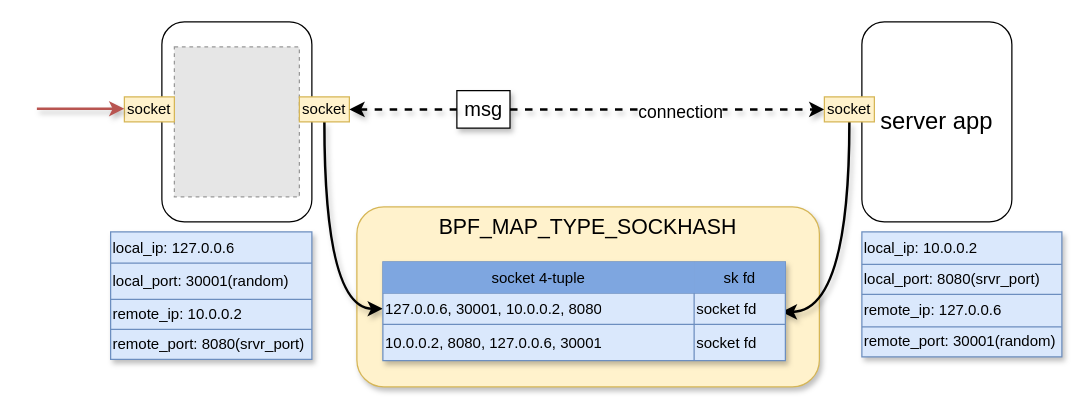
Above: istio_dataflow/ingress_egress_envoy_to_envoy/Ingress_acceleration.drawio in LuyaoZhong/Documents (draw.io), before the change. Source tidied: cells renumbered, new cells numbered last; positions are measured from the earlier drawing's top-left corner, leaving out a move shared by most shapes. Both pictures are drawn from the tidied source at 125%, with x=0, y=0 at pixel (36, 21). Pictures stored in the file or linked from it are replaced by grey dashed boxes.
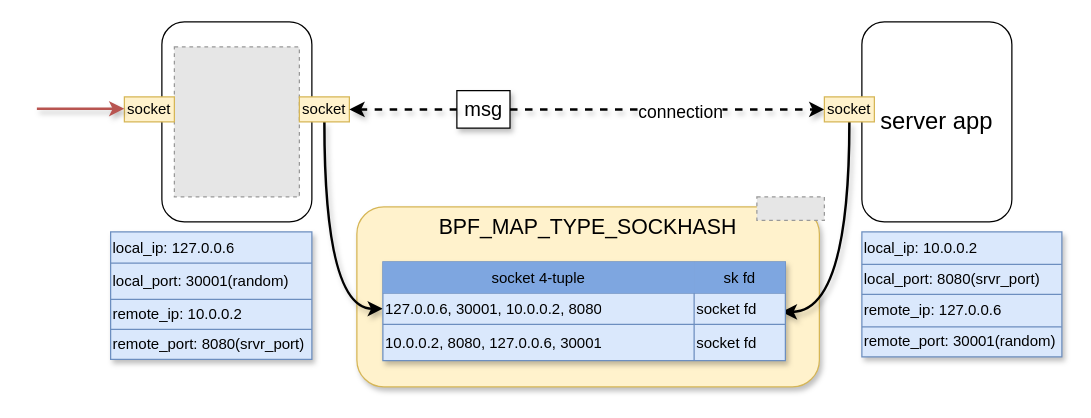
Above is the later version.

Diff of the diagram source:
```diff
@@
+    <mxCell id="44" style="fillColor=#E6E6E6;strokeColor=#999999;dashed=1;verticalLabelPosition=bottom;labelBackgroundColor=#ffffff;verticalAlign=top;" parent="1" vertex="1">
+      <mxGeometry x="576" y="140" width="54" height="18.8" as="geometry" />
+    </mxCell>
```
